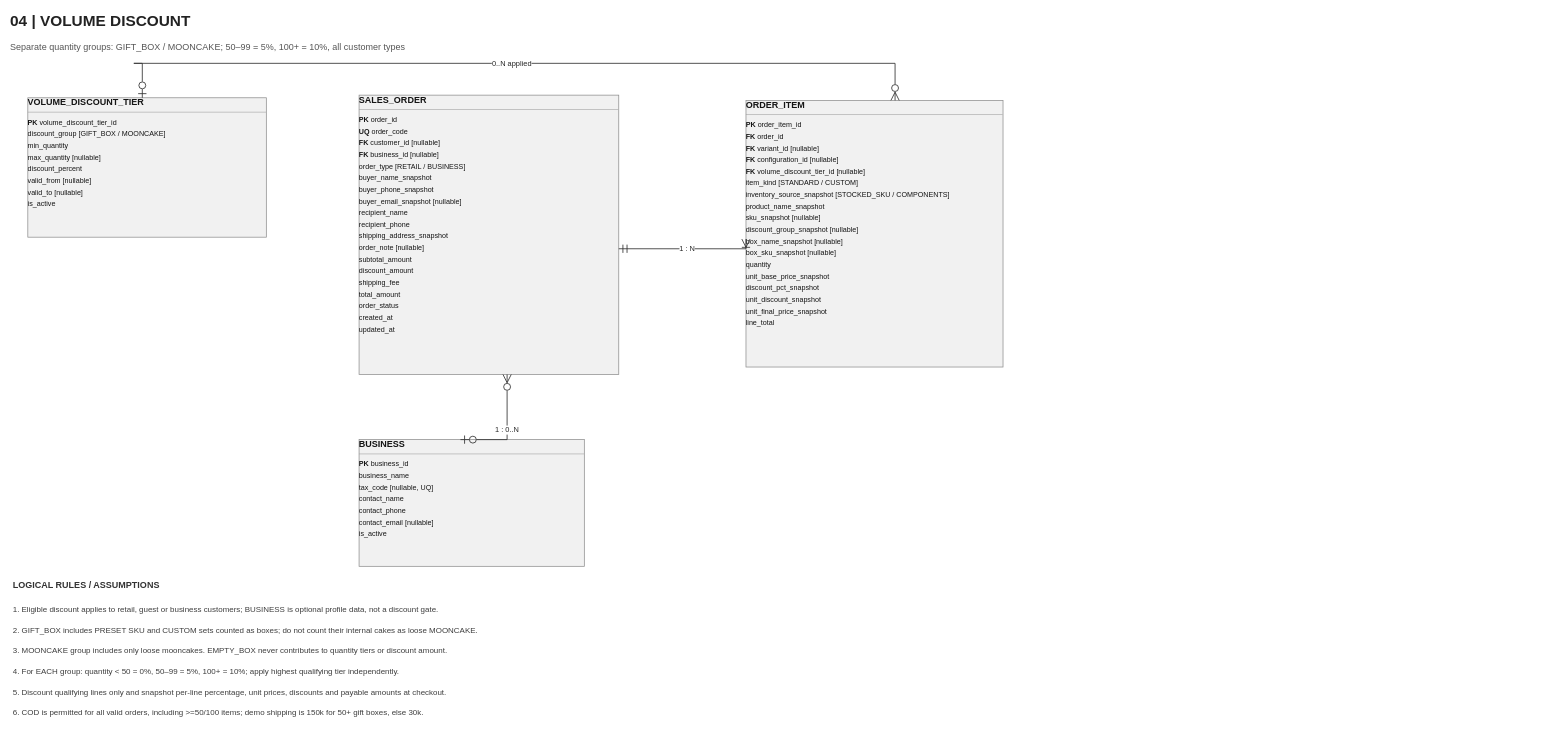
This is page "04 - VOLUME DISCOUNT (V5 FINAL MVP)" (4 of 5) of docs/MoonCake_Logical_V5 (1).drawio from YingKai0621/MoonCake_HSF302_Project, a draw.io file, before an edit. Source tidied: cells renumbered, new cells numbered last; positions are measured from the earlier drawing's top-left corner, leaving out a move shared by most shapes. Both pictures are drawn from the tidied source at 53%, with x=0, y=0 at pixel (9, 9).
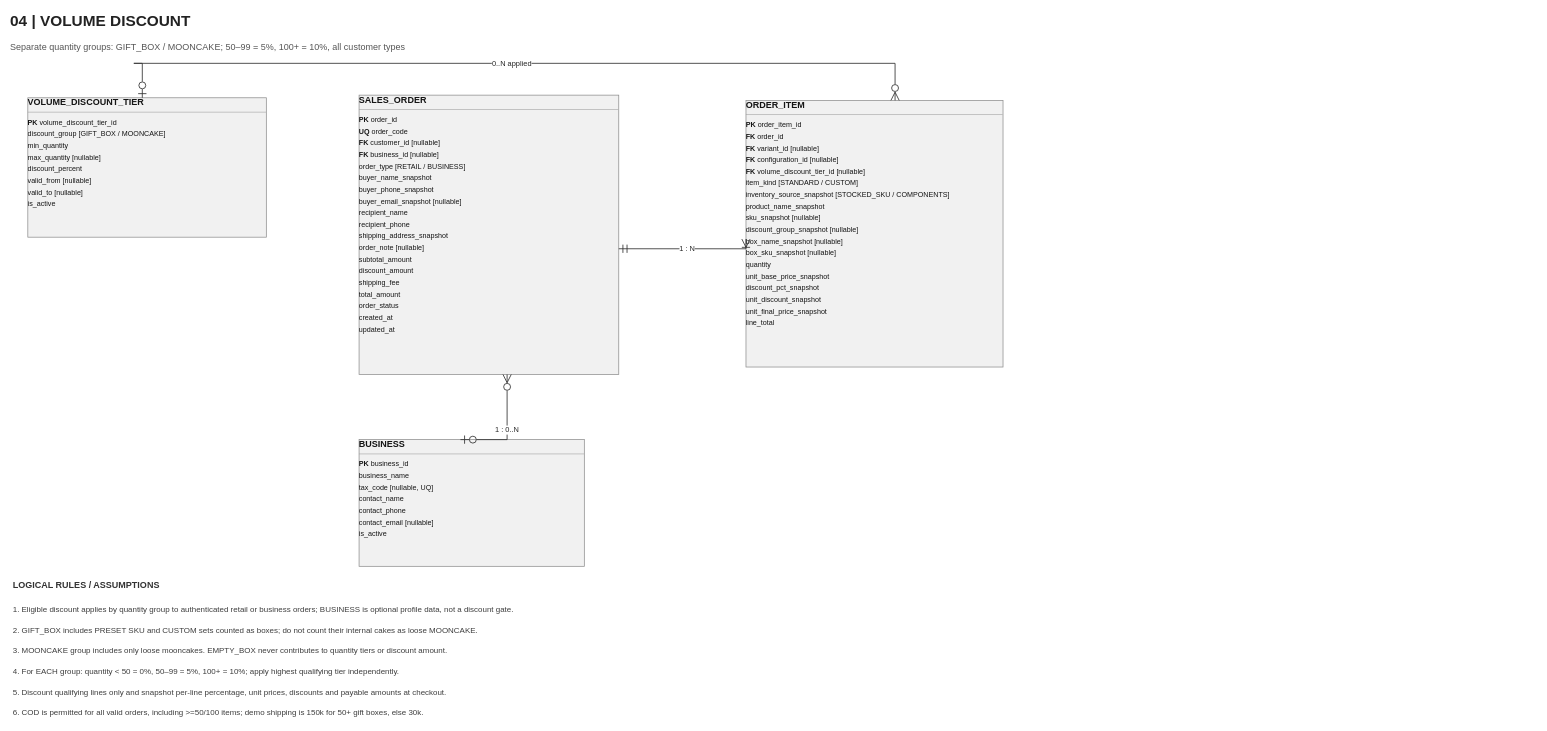
Above is the later version.

What changed in the source:
```diff
@@
 <mxGraphModel background="#FFFFFF">
   <root>
     <mxCell id="0" />
     <mxCell id="1" parent="0" />
     <mxCell id="2" value="04  |  VOLUME DISCOUNT" style="text;html=1;align=left;verticalAlign=middle;whiteSpace=wrap;strokeColor=none;fillColor=none;fontFamily=Arial;fontColor=#222222;fontStyle=1;fontSize=29;" parent="1" vertex="1">
       <mxGeometry width="1250" height="44" as="geometry" />
     </mxCell>
     <mxCell id="3" value="Separate quantity groups: GIFT_BOX / MOONCAKE; 50–99 = 5%, 100+ = 10%, all customer types" style="text;html=1;align=left;verticalAlign=middle;whiteSpace=wrap;strokeColor=none;fillColor=none;fontFamily=Arial;fontColor=#555555;fontSize=17;" parent="1" vertex="1">
       <mxGeometry y="55" width="2200" height="34" as="geometry" />
     </mxCell>
     <mxCell id="4" value="&lt;div style=&quot;font-family:Arial;font-size:17px;font-weight:bold;margin-bottom:8px;border-bottom:1px solid #999;padding-bottom:7px;&quot;&gt;VOLUME_DISCOUNT_TIER&lt;/div&gt;&lt;div style=&quot;font-family:Arial;font-size:13.5px;line-height:22px;white-space:nowrap;&quot;&gt;&lt;b&gt;PK&lt;/b&gt; volume_discount_tier_id&lt;/div&gt;&lt;div style=&quot;font-family:Arial;font-size:13.5px;line-height:22px;white-space:nowrap;&quot;&gt;discount_group [GIFT_BOX / MOONCAKE]&lt;/div&gt;&lt;div style=&quot;font-family:Arial;font-size:13.5px;line-height:22px;white-space:nowrap;&quot;&gt;min_quantity&lt;/div&gt;&lt;div style=&quot;font-family:Arial;font-size:13.5px;line-height:22px;white-space:nowrap;&quot;&gt;max_quantity [nullable]&lt;/div&gt;&lt;div style=&quot;font-family:Arial;font-size:13.5px;line-height:22px;white-space:nowrap;&quot;&gt;discount_percent&lt;/div&gt;&lt;div style=&quot;font-family:Arial;font-size:13.5px;line-height:22px;white-space:nowrap;&quot;&gt;valid_from [nullable]&lt;/div&gt;&lt;div style=&quot;font-family:Arial;font-size:13.5px;line-height:22px;white-space:nowrap;&quot;&gt;valid_to [nullable]&lt;/div&gt;&lt;div style=&quot;font-family:Arial;font-size:13.5px;line-height:22px;white-space:nowrap;&quot;&gt;is_active&lt;/div&gt;" style="rounded=0;whiteSpace=wrap;html=1;fillColor=#F1F1F1;strokeColor=#8A8A8A;strokeWidth=1.35;fontFamily=Arial;fontSize=15;fontColor=#151515;align=left;verticalAlign=top;spacingLeft=10;spacingRight=8;spacingTop=8;overflow=fill;" parent="1" vertex="1">
       <mxGeometry x="35" y="167" width="450" height="263" as="geometry" />
     </mxCell>
     <mxCell id="5" value="&lt;div style=&quot;font-family:Arial;font-size:17px;font-weight:bold;margin-bottom:8px;border-bottom:1px solid #999;padding-bottom:7px;&quot;&gt;SALES_ORDER&lt;/div&gt;&lt;div style=&quot;font-family:Arial;font-size:13.5px;line-height:22px;white-space:nowrap;&quot;&gt;&lt;b&gt;PK&lt;/b&gt; order_id&lt;/div&gt;&lt;div style=&quot;font-family:Arial;font-size:13.5px;line-height:22px;white-space:nowrap;&quot;&gt;&lt;b&gt;UQ&lt;/b&gt; order_code&lt;/div&gt;&lt;div style=&quot;font-family:Arial;font-size:13.5px;line-height:22px;white-space:nowrap;&quot;&gt;&lt;b&gt;FK&lt;/b&gt; customer_id [nullable]&lt;/div&gt;&lt;div style=&quot;font-family:Arial;font-size:13.5px;line-height:22px;white-space:nowrap;&quot;&gt;&lt;b&gt;FK&lt;/b&gt; business_id [nullable]&lt;/div&gt;&lt;div style=&quot;font-family:Arial;font-size:13.5px;line-height:22px;white-space:nowrap;&quot;&gt;order_type [RETAIL / BUSINESS]&lt;/div&gt;&lt;div style=&quot;font-family:Arial;font-size:13.5px;line-height:22px;white-space:nowrap;&quot;&gt;buyer_name_snapshot&lt;/div&gt;&lt;div style=&quot;font-family:Arial;font-size:13.5px;line-height:22px;white-space:nowrap;&quot;&gt;buyer_phone_snapshot&lt;/div&gt;&lt;div style=&quot;font-family:Arial;font-size:13.5px;line-height:22px;white-space:nowrap;&quot;&gt;buyer_email_snapshot [nullable]&lt;/div&gt;&lt;div style=&quot;font-family:Arial;font-size:13.5px;line-height:22px;white-space:nowrap;&quot;&gt;recipient_name&lt;/div&gt;&lt;div style=&quot;font-family:Arial;font-size:13.5px;line-height:22px;white-space:nowrap;&quot;&gt;recipient_phone&lt;/div&gt;&lt;div style=&quot;font-family:Arial;font-size:13.5px;line-height:22px;white-space:nowrap;&quot;&gt;shipping_address_snapshot&lt;/div&gt;&lt;div style=&quot;font-family:Arial;font-size:13.5px;line-height:22px;white-space:nowrap;&quot;&gt;order_note [nullable]&lt;/div&gt;&lt;div style=&quot;font-family:Arial;font-size:13.5px;line-height:22px;white-space:nowrap;&quot;&gt;subtotal_amount&lt;/div&gt;&lt;div style=&quot;font-family:Arial;font-size:13.5px;line-height:22px;white-space:nowrap;&quot;&gt;discount_amount&lt;/div&gt;&lt;div style=&quot;font-family:Arial;font-size:13.5px;line-height:22px;white-space:nowrap;&quot;&gt;shipping_fee&lt;/div&gt;&lt;div style=&quot;font-family:Arial;font-size:13.5px;line-height:22px;white-space:nowrap;&quot;&gt;total_amount&lt;/div&gt;&lt;div style=&quot;font-family:Arial;font-size:13.5px;line-height:22px;white-space:nowrap;&quot;&gt;order_status&lt;/div&gt;&lt;div style=&quot;font-family:Arial;font-size:13.5px;line-height:22px;white-space:nowrap;&quot;&gt;created_at&lt;/div&gt;&lt;div style=&quot;font-family:Arial;font-size:13.5px;line-height:22px;white-space:nowrap;&quot;&gt;updated_at&lt;/div&gt;" style="rounded=0;whiteSpace=wrap;html=1;fillColor=#F1F1F1;strokeColor=#8A8A8A;strokeWidth=1.35;fontFamily=Arial;fontSize=15;fontColor=#151515;align=left;verticalAlign=top;spacingLeft=10;spacingRight=8;spacingTop=8;overflow=fill;" parent="1" vertex="1">
       <mxGeometry x="660" y="162" width="490" height="527" as="geometry" />
     </mxCell>
     <mxCell id="6" value="&lt;div style=&quot;font-family:Arial;font-size:17px;font-weight:bold;margin-bottom:8px;border-bottom:1px solid #999;padding-bottom:7px;&quot;&gt;ORDER_ITEM&lt;/div&gt;&lt;div style=&quot;font-family:Arial;font-size:13.5px;line-height:22px;white-space:nowrap;&quot;&gt;&lt;b&gt;PK&lt;/b&gt; order_item_id&lt;/div&gt;&lt;div style=&quot;font-family:Arial;font-size:13.5px;line-height:22px;white-space:nowrap;&quot;&gt;&lt;b&gt;FK&lt;/b&gt; order_id&lt;/div&gt;&lt;div style=&quot;font-family:Arial;font-size:13.5px;line-height:22px;white-space:nowrap;&quot;&gt;&lt;b&gt;FK&lt;/b&gt; variant_id [nullable]&lt;/div&gt;&lt;div style=&quot;font-family:Arial;font-size:13.5px;line-height:22px;white-space:nowrap;&quot;&gt;&lt;b&gt;FK&lt;/b&gt; configuration_id [nullable]&lt;/div&gt;&lt;div style=&quot;font-family:Arial;font-size:13.5px;line-height:22px;white-space:nowrap;&quot;&gt;&lt;b&gt;FK&lt;/b&gt; volume_discount_tier_id [nullable]&lt;/div&gt;&lt;div style=&quot;font-family:Arial;font-size:13.5px;line-height:22px;white-space:nowrap;&quot;&gt;item_kind [STANDARD / CUSTOM]&lt;/div&gt;&lt;div style=&quot;font-family:Arial;font-size:13.5px;line-height:22px;white-space:nowrap;&quot;&gt;inventory_source_snapshot [STOCKED_SKU / COMPONENTS]&lt;/div&gt;&lt;div style=&quot;font-family:Arial;font-size:13.5px;line-height:22px;white-space:nowrap;&quot;&gt;product_name_snapshot&lt;/div&gt;&lt;div style=&quot;font-family:Arial;font-size:13.5px;line-height:22px;white-space:nowrap;&quot;&gt;sku_snapshot [nullable]&lt;/div&gt;&lt;div style=&quot;font-family:Arial;font-size:13.5px;line-height:22px;white-space:nowrap;&quot;&gt;discount_group_snapshot [nullable]&lt;/div&gt;&lt;div style=&quot;font-family:Arial;font-size:13.5px;line-height:22px;white-space:nowrap;&quot;&gt;box_name_snapshot [nullable]&lt;/div&gt;&lt;div style=&quot;font-family:Arial;font-size:13.5px;line-height:22px;white-space:nowrap;&quot;&gt;box_sku_snapshot [nullable]&lt;/div&gt;&lt;div style=&quot;font-family:Arial;font-size:13.5px;line-height:22px;white-space:nowrap;&quot;&gt;quantity&lt;/div&gt;&lt;div style=&quot;font-family:Arial;font-size:13.5px;line-height:22px;white-space:nowrap;&quot;&gt;unit_base_price_snapshot&lt;/div&gt;&lt;div style=&quot;font-family:Arial;font-size:13.5px;line-height:22px;white-space:nowrap;&quot;&gt;discount_pct_snapshot&lt;/div&gt;&lt;div style=&quot;font-family:Arial;font-size:13.5px;line-height:22px;white-space:nowrap;&quot;&gt;unit_discount_snapshot&lt;/div&gt;&lt;div style=&quot;font-family:Arial;font-size:13.5px;line-height:22px;white-space:nowrap;&quot;&gt;unit_final_price_snapshot&lt;/div&gt;&lt;div style=&quot;font-family:Arial;font-size:13.5px;line-height:22px;white-space:nowrap;&quot;&gt;line_total&lt;/div&gt;" style="rounded=0;whiteSpace=wrap;html=1;fillColor=#F1F1F1;strokeColor=#8A8A8A;strokeWidth=1.35;fontFamily=Arial;fontSize=15;fontColor=#151515;align=left;verticalAlign=top;spacingLeft=10;spacingRight=8;spacingTop=8;overflow=fill;" parent="1" vertex="1">
       <mxGeometry x="1390" y="172" width="485" height="503" as="geometry" />
     </mxCell>
     <mxCell id="7" value="&lt;div style=&quot;font-family:Arial;font-size:17px;font-weight:bold;margin-bottom:8px;border-bottom:1px solid #999;padding-bottom:7px;&quot;&gt;BUSINESS&lt;/div&gt;&lt;div style=&quot;font-family:Arial;font-size:13.5px;line-height:22px;white-space:nowrap;&quot;&gt;&lt;b&gt;PK&lt;/b&gt; business_id&lt;/div&gt;&lt;div style=&quot;font-family:Arial;font-size:13.5px;line-height:22px;white-space:nowrap;&quot;&gt;business_name&lt;/div&gt;&lt;div style=&quot;font-family:Arial;font-size:13.5px;line-height:22px;white-space:nowrap;&quot;&gt;tax_code [nullable, UQ]&lt;/div&gt;&lt;div style=&quot;font-family:Arial;font-size:13.5px;line-height:22px;white-space:nowrap;&quot;&gt;contact_name&lt;/div&gt;&lt;div style=&quot;font-family:Arial;font-size:13.5px;line-height:22px;white-space:nowrap;&quot;&gt;contact_phone&lt;/div&gt;&lt;div style=&quot;font-family:Arial;font-size:13.5px;line-height:22px;white-space:nowrap;&quot;&gt;contact_email [nullable]&lt;/div&gt;&lt;div style=&quot;font-family:Arial;font-size:13.5px;line-height:22px;white-space:nowrap;&quot;&gt;is_active&lt;/div&gt;" style="rounded=0;whiteSpace=wrap;html=1;fillColor=#F1F1F1;strokeColor=#8A8A8A;strokeWidth=1.35;fontFamily=Arial;fontSize=15;fontColor=#151515;align=left;verticalAlign=top;spacingLeft=10;spacingRight=8;spacingTop=8;overflow=fill;" parent="1" vertex="1">
       <mxGeometry x="660" y="812" width="425" height="239" as="geometry" />
     </mxCell>
     <mxCell id="8" value="1 : N" style="edgeStyle=segmentEdgeStyle;rounded=0;jettySize=auto;html=1;strokeColor=#343434;strokeWidth=1.6;startArrow=ERmandOne;startFill=0;startSize=13;endArrow=ERoneToMany;endFill=0;endSize=13;exitX=1;exitY=0.55;entryX=0;entryY=0.52;fontFamily=Arial;fontSize=14;fontColor=#272727;labelBackgroundColor=#FFFFFF;" parent="1" edge="1" source="5" target="6">
       <mxGeometry relative="1" as="geometry" />
     </mxCell>
     <mxCell id="9" value="1 : 0..N" style="edgeStyle=segmentEdgeStyle;rounded=0;jettySize=auto;html=1;strokeColor=#343434;strokeWidth=1.6;startArrow=ERzeroToOne;startFill=0;startSize=13;endArrow=ERzeroToMany;endFill=0;endSize=13;exitX=0.45;exitY=0;entryX=0.57;entryY=1;fontFamily=Arial;fontSize=14;fontColor=#272727;labelBackgroundColor=#FFFFFF;" parent="1" edge="1" source="7" target="5">
       <mxGeometry relative="1" as="geometry" />
     </mxCell>
     <mxCell id="10" value="0..N applied" style="edgeStyle=segmentEdgeStyle;rounded=0;jettySize=auto;html=1;strokeColor=#343434;strokeWidth=1.6;startArrow=ERzeroToOne;startFill=0;startSize=13;endArrow=ERzeroToMany;endFill=0;endSize=13;exitX=0.48;exitY=0;entryX=0.58;entryY=0;fontFamily=Arial;fontSize=14;fontColor=#272727;labelBackgroundColor=#FFFFFF;" parent="1" edge="1" source="4" target="6">
       <mxGeometry relative="1" as="geometry">
         <Array as="points">
           <mxPoint x="235" y="102" />
           <mxPoint x="1630" y="102" />
         </Array>
       </mxGeometry>
     </mxCell>
     <mxCell id="11" value="LOGICAL RULES / ASSUMPTIONS" style="text;html=1;strokeColor=none;fillColor=none;fontFamily=Arial;fontStyle=1;fontSize=17;fontColor=#333333;align=left;" parent="1" vertex="1">
       <mxGeometry x="5" y="1071" width="710" height="28" as="geometry" />
     </mxCell>
-    <mxCell id="12" value="1. Eligible discount applies to retail, guest or business customers; BUSINESS is optional profile data, not a discount gate." style="text;html=1;align=left;verticalAlign=middle;whiteSpace=wrap;strokeColor=none;fillColor=none;fontFamily=Arial;fontColor=#3d3d3d;fontSize=15;" parent="1" vertex="1">
+    <mxCell id="12" value="1. Eligible discount applies by quantity group to authenticated retail or business orders; BUSINESS is optional profile data, not a discount gate." style="text;html=1;align=left;verticalAlign=middle;whiteSpace=wrap;strokeColor=none;fillColor=none;fontFamily=Arial;fontColor=#3d3d3d;fontSize=15;" parent="1" vertex="1">
       <mxGeometry x="5" y="1114" width="2880" height="36" as="geometry" />
     </mxCell>
     <mxCell id="13" value="2. GIFT_BOX includes PRESET SKU and CUSTOM sets counted as boxes; do not count their internal cakes as loose MOONCAKE." style="text;html=1;align=left;verticalAlign=middle;whiteSpace=wrap;strokeColor=none;fillColor=none;fontFamily=Arial;fontColor=#3d3d3d;fontSize=15;" parent="1" vertex="1">
       <mxGeometry x="5" y="1153" width="2880" height="36" as="geometry" />
     </mxCell>
     <mxCell id="14" value="3. MOONCAKE group includes only loose mooncakes. EMPTY_BOX never contributes to quantity tiers or discount amount." style="text;html=1;align=left;verticalAlign=middle;whiteSpace=wrap;strokeColor=none;fillColor=none;fontFamily=Arial;fontColor=#3d3d3d;fontSize=15;" parent="1" vertex="1">
       <mxGeometry x="5" y="1192" width="2880" height="36" as="geometry" />
     </mxCell>
     <mxCell id="15" value="4. For EACH group: quantity &lt; 50 = 0%, 50–99 = 5%, 100+ = 10%; apply highest qualifying tier independently." style="text;html=1;align=left;verticalAlign=middle;whiteSpace=wrap;strokeColor=none;fillColor=none;fontFamily=Arial;fontColor=#3d3d3d;fontSize=15;" parent="1" vertex="1">
       <mxGeometry x="5" y="1231" width="2880" height="36" as="geometry" />
     </mxCell>
     <mxCell id="16" value="5. Discount qualifying lines only and snapshot per-line percentage, unit prices, discounts and payable amounts at checkout." style="text;html=1;align=left;verticalAlign=middle;whiteSpace=wrap;strokeColor=none;fillColor=none;fontFamily=Arial;fontColor=#3d3d3d;fontSize=15;" parent="1" vertex="1">
       <mxGeometry x="5" y="1270" width="2880" height="36" as="geometry" />
     </mxCell>
     <mxCell id="17" value="6. COD is permitted for all valid orders, including &gt;=50/100 items; demo shipping is 150k for 50+ gift boxes, else 30k." style="text;html=1;align=left;verticalAlign=middle;whiteSpace=wrap;strokeColor=none;fillColor=none;fontFamily=Arial;fontColor=#3d3d3d;fontSize=15;" parent="1" vertex="1">
       <mxGeometry x="5" y="1309" width="2880" height="36" as="geometry" />
     </mxCell>
   </root>
 </mxGraphModel>
```
